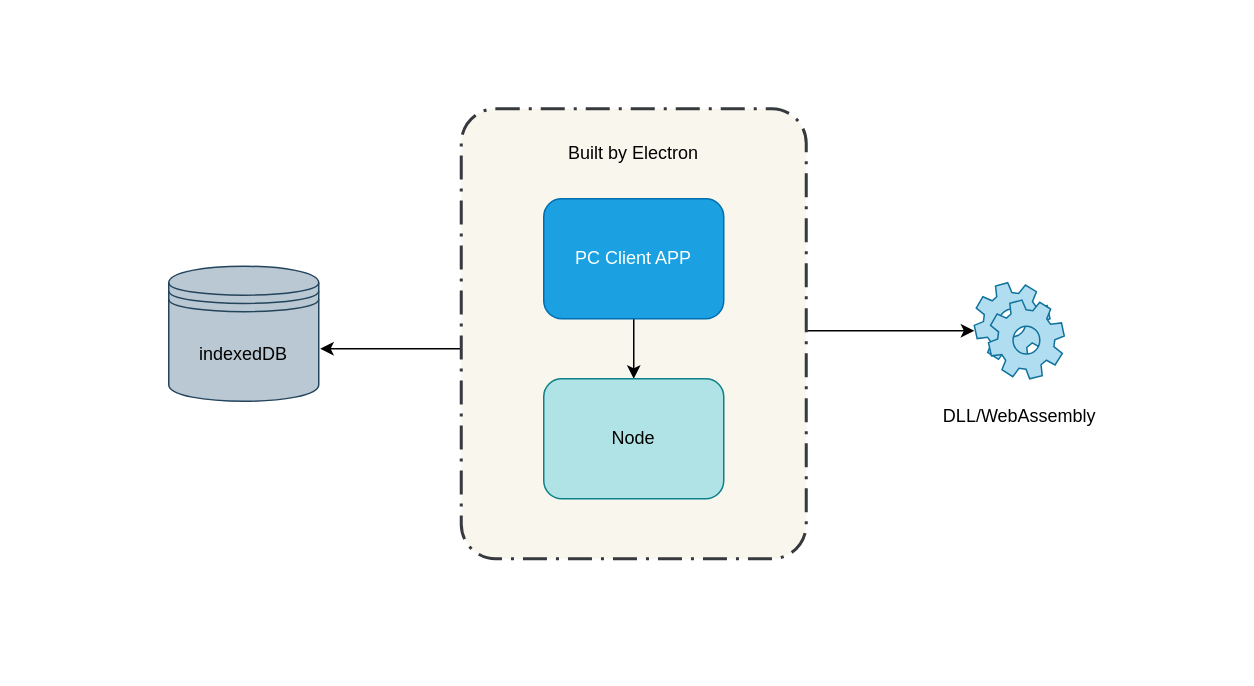
ScarboroughCoral/Draw.io.Storage keeps this draw.io diagram as 毕设.drawio. Above is the earlier version. Source tidied: cells renumbered, new cells numbered last; positions are measured from the earlier drawing's top-left corner, leaving out a move shared by most shapes. Both pictures are drawn from the tidied source at 150%, with x=0, y=0 at pixel (168, 108).
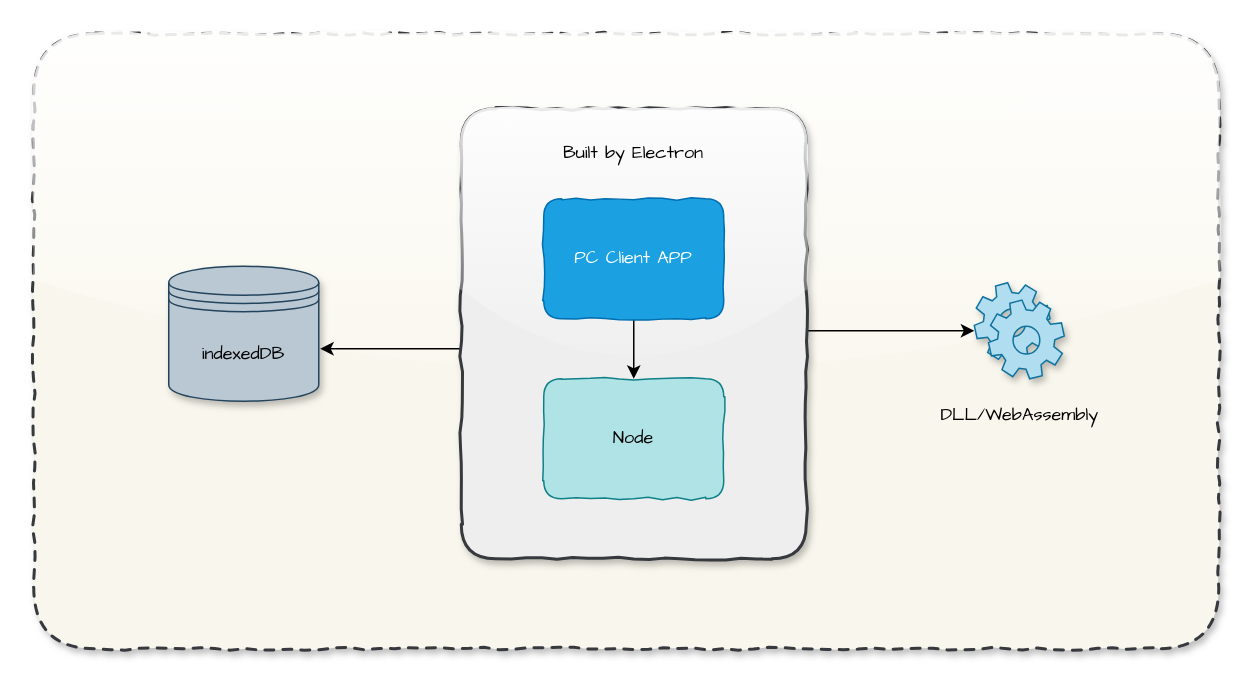
After the change.

Change to the diagram source:
```diff
@@
 <mxGraphModel>
   <root>
     <mxCell id="0" />
     <mxCell id="1" parent="0" />
+    <mxCell id="12" style="rounded=1;arcSize=10;strokeColor=#36393d;fillColor=#f9f7ed;strokeWidth=2;shadow=1;dashed=1;comic=1;glass=1;fontFamily=Comic Sans MS;" parent="1" vertex="1">
+      <mxGeometry x="-90" y="-50" width="790" height="410" as="geometry" />
+    </mxCell>
-    <mxCell id="2" style="edgeStyle=orthogonalEdgeStyle;rounded=1;jettySize=auto;html=1;entryX=1.01;entryY=0.611;entryDx=0;entryDy=0;entryPerimeter=0;" parent="1" edge="1" source="4" target="5">
+    <mxCell id="2" style="edgeStyle=orthogonalEdgeStyle;rounded=1;jettySize=auto;html=1;entryX=1.01;entryY=0.611;entryDx=0;entryDy=0;entryPerimeter=0;fontFamily=Comic Sans MS;" parent="1" edge="1" source="4" target="5">
       <mxGeometry relative="1" as="geometry">
         <Array as="points">
           <mxPoint x="140" y="160" />
           <mxPoint x="140" y="160" />
         </Array>
       </mxGeometry>
     </mxCell>
-    <mxCell id="3" style="edgeStyle=orthogonalEdgeStyle;rounded=1;jettySize=auto;html=1;" parent="1" edge="1" source="4" target="10">
+    <mxCell id="3" style="edgeStyle=orthogonalEdgeStyle;rounded=1;jettySize=auto;html=1;fontFamily=Comic Sans MS;" parent="1" edge="1" source="4" target="10">
       <mxGeometry relative="1" as="geometry">
         <Array as="points">
           <mxPoint x="460" y="148" />
           <mxPoint x="460" y="148" />
         </Array>
       </mxGeometry>
     </mxCell>
-    <mxCell id="4" style="rounded=1;arcSize=10;dashed=1;strokeColor=#36393d;fillColor=#f9f7ed;dashPattern=8 3 1 3;strokeWidth=2;" parent="1" vertex="1">
+    <mxCell id="4" style="rounded=1;arcSize=10;strokeColor=#36393d;fillColor=#eeeeee;strokeWidth=2;shadow=1;comic=1;glass=1;gradientColor=none;fontFamily=Comic Sans MS;" parent="1" vertex="1">
       <mxGeometry x="195" width="230" height="300" as="geometry" />
     </mxCell>
-    <mxCell id="5" value="indexedDB" style="shape=datastore;whiteSpace=wrap;html=1;fillColor=#bac8d3;strokeColor=#23445d;" parent="1" vertex="1">
+    <mxCell id="5" value="indexedDB" style="shape=datastore;whiteSpace=wrap;html=1;fillColor=#bac8d3;strokeColor=#23445d;shadow=1;gradientColor=none;fontFamily=Comic Sans MS;" parent="1" vertex="1">
       <mxGeometry y="105" width="100" height="90" as="geometry" />
     </mxCell>
-    <mxCell id="6" style="edgeStyle=orthogonalEdgeStyle;rounded=0;jettySize=auto;html=1;" parent="1" edge="1" source="7" target="8">
+    <mxCell id="6" style="edgeStyle=orthogonalEdgeStyle;rounded=0;jettySize=auto;html=1;fontFamily=Comic Sans MS;" parent="1" edge="1" source="7" target="8">
       <mxGeometry relative="1" as="geometry" />
     </mxCell>
-    <mxCell id="7" value="PC Client APP" style="shape=ext;rounded=1;html=1;whiteSpace=wrap;fillColor=#1ba1e2;strokeColor=#006EAF;fontColor=#ffffff;" parent="1" vertex="1">
+    <mxCell id="7" value="PC Client APP" style="shape=ext;rounded=1;html=1;whiteSpace=wrap;fillColor=#1ba1e2;strokeColor=#006EAF;fontColor=#ffffff;fontFamily=Comic Sans MS;comic=1;" parent="1" vertex="1">
       <mxGeometry x="250" y="60" width="120" height="80" as="geometry" />
     </mxCell>
-    <mxCell id="8" value="Node" style="shape=ext;rounded=1;html=1;whiteSpace=wrap;fillColor=#b0e3e6;strokeColor=#0e8088;" parent="1" vertex="1">
+    <mxCell id="8" value="Node" style="shape=ext;rounded=1;html=1;whiteSpace=wrap;fillColor=#b0e3e6;strokeColor=#0e8088;fontFamily=Comic Sans MS;glass=0;comic=1;" parent="1" vertex="1">
       <mxGeometry x="250" y="180" width="120" height="80" as="geometry" />
     </mxCell>
-    <mxCell id="9" value="Built by Electron" style="text;html=1;strokeColor=none;fillColor=none;align=center;verticalAlign=middle;whiteSpace=wrap;rounded=0;" parent="1" vertex="1">
+    <mxCell id="9" value="Built by Electron" style="text;html=1;strokeColor=none;fillColor=none;align=center;verticalAlign=middle;whiteSpace=wrap;rounded=0;fontFamily=Comic Sans MS;" parent="1" vertex="1">
       <mxGeometry x="255" y="20" width="110" height="20" as="geometry" />
     </mxCell>
-    <mxCell id="10" style="shape=mxgraph.bpmn.service_task;html=1;outlineConnect=0;fillColor=#b1ddf0;strokeColor=#10739e;" parent="1" vertex="1">
+    <mxCell id="10" style="shape=mxgraph.bpmn.service_task;html=1;outlineConnect=0;fillColor=#b1ddf0;strokeColor=#10739e;shadow=1;gradientColor=none;fontFamily=Comic Sans MS;" parent="1" vertex="1">
       <mxGeometry x="537" y="116" width="60" height="64" as="geometry" />
     </mxCell>
-    <mxCell id="11" value="DLL/WebAssembly" style="text;html=1;strokeColor=none;fillColor=none;align=center;verticalAlign=middle;whiteSpace=wrap;rounded=0;" parent="1" vertex="1">
+    <mxCell id="11" value="DLL/WebAssembly" style="text;html=1;strokeColor=none;fillColor=none;align=center;verticalAlign=middle;whiteSpace=wrap;rounded=0;fontFamily=Comic Sans MS;" parent="1" vertex="1">
       <mxGeometry x="485.5" y="195" width="163" height="20" as="geometry" />
     </mxCell>
   </root>
 </mxGraphModel>
```
